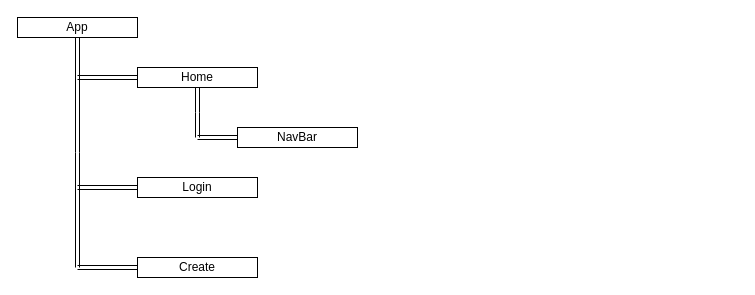
SteJoSi/phase-2-project-MooGram keeps this draw.io diagram as test.drawio. Above is the earlier version. Source tidied: cells renumbered, new cells numbered last; positions are measured from the earlier drawing's top-left corner, leaving out a move shared by most shapes. Both pictures are drawn from the tidied source at 100%, with x=0, y=0 at pixel (17, 17).
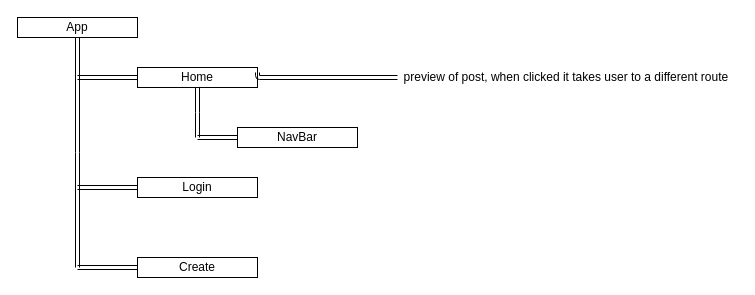
After the change.

Unchanged cells that the change refers to:
```xml
<mxCell id="6" value="Home" style="whiteSpace=wrap;html=1;" parent="1" vertex="1">
  <mxGeometry x="120" y="50" width="120" height="20" as="geometry" />
</mxCell>
```

Diff of the diagram source:
```diff
@@
+    <mxCell id="13" style="edgeStyle=orthogonalEdgeStyle;shape=link;html=1;exitX=1;exitY=0.25;exitDx=0;exitDy=0;" parent="1" edge="1" source="6" target="14">
+      <mxGeometry relative="1" as="geometry">
+        <Array as="points">
+          <mxPoint x="240" y="60" />
+        </Array>
+      </mxGeometry>
+    </mxCell>
+    <mxCell id="14" value="preview of post, when clicked it takes user to a different route&amp;nbsp;" style="text;html=1;align=center;verticalAlign=middle;points=[];strokeColor=none;fillColor=none;" parent="1" vertex="1">
+      <mxGeometry x="380" y="50" width="340" height="20" as="geometry" />
+    </mxCell>
```
